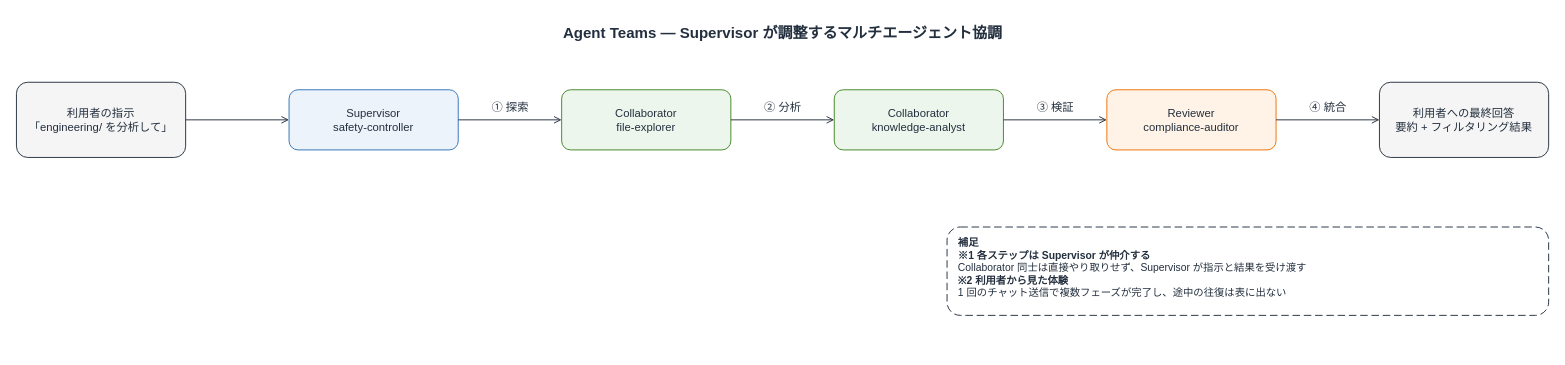
Yoshiki0705/FSx-for-ONTAP-S3AccessPoints-Serverless-Patterns keeps this draw.io diagram as docs/diagrams/part3-agent-teams.drawio. Above is the earlier version. Source tidied: cells renumbered, new cells numbered last; positions are measured from the earlier drawing's top-left corner, leaving out a move shared by most shapes. Both pictures are drawn from the tidied source at 94%, with x=0, y=0 at pixel (16, 16).
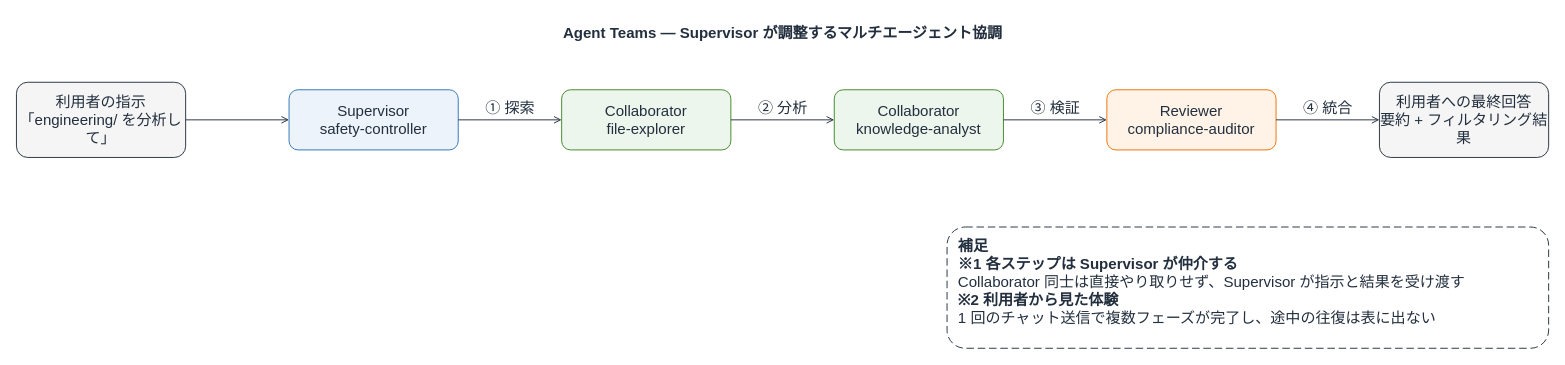
After the change.

What changed in the source:
```diff
@@
 <mxGraphModel background="#FFFFFF">
   <root>
     <mxCell id="0" />
     <mxCell id="1" parent="0" />
     <mxCell id="2" value="Agent Teams — Supervisor が調整するマルチエージェント協調" style="text;html=1;align=center;verticalAlign=middle;fontSize=16;fontStyle=1;fontColor=#232F3E;" parent="1" vertex="1">
       <mxGeometry width="1630" height="34" as="geometry" />
     </mxCell>
-    <mxCell id="3" value="利用者の指示&lt;br&gt;「engineering/ を分析して」" style="rounded=1;whiteSpace=wrap;html=1;dashed=0;strokeColor=#232F3E;fillColor=#F5F5F5;align=center;verticalAlign=middle;fontSize=12;fontColor=#232F3E;" parent="1" vertex="1">
+    <mxCell id="3" value="利用者の指示&lt;br&gt;「engineering/ を分析して」" style="rounded=1;whiteSpace=wrap;html=1;dashed=0;strokeColor=#232F3E;fillColor=#F5F5F5;align=center;verticalAlign=middle;fontSize=16;fontColor=#232F3E;" parent="1" vertex="1">
       <mxGeometry y="70" width="180" height="80" as="geometry" />
     </mxCell>
-    <mxCell id="4" value="Supervisor&lt;br&gt;safety-controller" style="rounded=1;whiteSpace=wrap;html=1;dashed=0;strokeColor=#2E73B8;fillColor=#EDF3FB;align=center;verticalAlign=middle;fontSize=12;fontColor=#232F3E;" parent="1" vertex="1">
+    <mxCell id="4" value="Supervisor&lt;br&gt;safety-controller" style="rounded=1;whiteSpace=wrap;html=1;dashed=0;strokeColor=#2E73B8;fillColor=#EDF3FB;align=center;verticalAlign=middle;fontSize=16;fontColor=#232F3E;" parent="1" vertex="1">
       <mxGeometry x="290" y="78" width="180" height="64" as="geometry" />
     </mxCell>
-    <mxCell id="5" value="Collaborator&lt;br&gt;file-explorer" style="rounded=1;whiteSpace=wrap;html=1;dashed=0;strokeColor=#3F8624;fillColor=#EDF6EC;align=center;verticalAlign=middle;fontSize=12;fontColor=#232F3E;" parent="1" vertex="1">
+    <mxCell id="5" value="Collaborator&lt;br&gt;file-explorer" style="rounded=1;whiteSpace=wrap;html=1;dashed=0;strokeColor=#3F8624;fillColor=#EDF6EC;align=center;verticalAlign=middle;fontSize=16;fontColor=#232F3E;" parent="1" vertex="1">
       <mxGeometry x="580" y="78" width="180" height="64" as="geometry" />
     </mxCell>
-    <mxCell id="6" value="Collaborator&lt;br&gt;knowledge-analyst" style="rounded=1;whiteSpace=wrap;html=1;dashed=0;strokeColor=#3F8624;fillColor=#EDF6EC;align=center;verticalAlign=middle;fontSize=12;fontColor=#232F3E;" parent="1" vertex="1">
+    <mxCell id="6" value="Collaborator&lt;br&gt;knowledge-analyst" style="rounded=1;whiteSpace=wrap;html=1;dashed=0;strokeColor=#3F8624;fillColor=#EDF6EC;align=center;verticalAlign=middle;fontSize=16;fontColor=#232F3E;" parent="1" vertex="1">
       <mxGeometry x="870" y="78" width="180" height="64" as="geometry" />
     </mxCell>
-    <mxCell id="7" value="Reviewer&lt;br&gt;compliance-auditor" style="rounded=1;whiteSpace=wrap;html=1;dashed=0;strokeColor=#ED7100;fillColor=#FEF3E6;align=center;verticalAlign=middle;fontSize=12;fontColor=#232F3E;" parent="1" vertex="1">
+    <mxCell id="7" value="Reviewer&lt;br&gt;compliance-auditor" style="rounded=1;whiteSpace=wrap;html=1;dashed=0;strokeColor=#ED7100;fillColor=#FEF3E6;align=center;verticalAlign=middle;fontSize=16;fontColor=#232F3E;" parent="1" vertex="1">
       <mxGeometry x="1160" y="78" width="180" height="64" as="geometry" />
     </mxCell>
-    <mxCell id="8" value="利用者への最終回答&lt;br&gt;要約 + フィルタリング結果" style="rounded=1;whiteSpace=wrap;html=1;dashed=0;strokeColor=#232F3E;fillColor=#F5F5F5;align=center;verticalAlign=middle;fontSize=12;fontColor=#232F3E;" parent="1" vertex="1">
+    <mxCell id="8" value="利用者への最終回答&lt;br&gt;要約 + フィルタリング結果" style="rounded=1;whiteSpace=wrap;html=1;dashed=0;strokeColor=#232F3E;fillColor=#F5F5F5;align=center;verticalAlign=middle;fontSize=16;fontColor=#232F3E;" parent="1" vertex="1">
       <mxGeometry x="1450" y="70" width="180" height="80" as="geometry" />
     </mxCell>
-    <mxCell id="9" style="edgeStyle=orthogonalEdgeStyle;rounded=0;jettySize=auto;html=1;endArrow=open;endFill=0;strokeColor=#232F3E;strokeWidth=1;fontSize=12;fontColor=#232F3E;labelBackgroundColor=#ffffff;" parent="1" edge="1" source="3" target="4">
+    <mxCell id="9" style="edgeStyle=orthogonalEdgeStyle;rounded=0;jettySize=auto;html=1;endArrow=open;endFill=0;strokeColor=#232F3E;strokeWidth=1;fontSize=16;fontColor=#232F3E;labelBackgroundColor=#ffffff;" parent="1" edge="1" source="3" target="4">
       <mxGeometry relative="1" as="geometry" />
     </mxCell>
-    <mxCell id="10" value="① 探索" style="edgeStyle=orthogonalEdgeStyle;rounded=0;jettySize=auto;html=1;endArrow=open;endFill=0;strokeColor=#232F3E;strokeWidth=1;fontSize=12;fontColor=#232F3E;labelBackgroundColor=#ffffff;" parent="1" edge="1" source="4" target="5">
+    <mxCell id="10" value="① 探索" style="edgeStyle=orthogonalEdgeStyle;rounded=0;jettySize=auto;html=1;endArrow=open;endFill=0;strokeColor=#232F3E;strokeWidth=1;fontSize=16;fontColor=#232F3E;labelBackgroundColor=#ffffff;" parent="1" edge="1" source="4" target="5">
       <mxGeometry relative="1" as="geometry">
         <mxPoint y="-13" as="offset" />
       </mxGeometry>
     </mxCell>
-    <mxCell id="11" value="② 分析" style="edgeStyle=orthogonalEdgeStyle;rounded=0;jettySize=auto;html=1;endArrow=open;endFill=0;strokeColor=#232F3E;strokeWidth=1;fontSize=12;fontColor=#232F3E;labelBackgroundColor=#ffffff;" parent="1" edge="1" source="5" target="6">
+    <mxCell id="11" value="② 分析" style="edgeStyle=orthogonalEdgeStyle;rounded=0;jettySize=auto;html=1;endArrow=open;endFill=0;strokeColor=#232F3E;strokeWidth=1;fontSize=16;fontColor=#232F3E;labelBackgroundColor=#ffffff;" parent="1" edge="1" source="5" target="6">
       <mxGeometry relative="1" as="geometry">
         <mxPoint y="-13" as="offset" />
       </mxGeometry>
     </mxCell>
-    <mxCell id="12" value="③ 検証" style="edgeStyle=orthogonalEdgeStyle;rounded=0;jettySize=auto;html=1;endArrow=open;endFill=0;strokeColor=#232F3E;strokeWidth=1;fontSize=12;fontColor=#232F3E;labelBackgroundColor=#ffffff;" parent="1" edge="1" source="6" target="7">
+    <mxCell id="12" value="③ 検証" style="edgeStyle=orthogonalEdgeStyle;rounded=0;jettySize=auto;html=1;endArrow=open;endFill=0;strokeColor=#232F3E;strokeWidth=1;fontSize=16;fontColor=#232F3E;labelBackgroundColor=#ffffff;" parent="1" edge="1" source="6" target="7">
       <mxGeometry relative="1" as="geometry">
         <mxPoint y="-13" as="offset" />
       </mxGeometry>
     </mxCell>
-    <mxCell id="13" value="④ 統合" style="edgeStyle=orthogonalEdgeStyle;rounded=0;jettySize=auto;html=1;endArrow=open;endFill=0;strokeColor=#232F3E;strokeWidth=1;fontSize=12;fontColor=#232F3E;labelBackgroundColor=#ffffff;" parent="1" edge="1" source="7" target="8">
+    <mxCell id="13" value="④ 統合" style="edgeStyle=orthogonalEdgeStyle;rounded=0;jettySize=auto;html=1;endArrow=open;endFill=0;strokeColor=#232F3E;strokeWidth=1;fontSize=16;fontColor=#232F3E;labelBackgroundColor=#ffffff;" parent="1" edge="1" source="7" target="8">
       <mxGeometry relative="1" as="geometry">
         <mxPoint y="-13" as="offset" />
       </mxGeometry>
     </mxCell>
-    <mxCell id="14" value="&lt;b&gt;補足&lt;/b&gt;&lt;br&gt;&lt;b&gt;※1 各ステップは Supervisor が仲介する&lt;/b&gt;&lt;br&gt;Collaborator 同士は直接やり取りせず、Supervisor が指示と結果を受け渡す&lt;br&gt;&lt;b&gt;※2 利用者から見た体験&lt;/b&gt;&lt;br&gt;1 回のチャット送信で複数フェーズが完了し、途中の往復は表に出ない" style="rounded=1;whiteSpace=wrap;html=1;dashed=1;dashPattern=8 4;strokeColor=#232F3E;fillColor=#FFFFFF;align=left;verticalAlign=top;spacingLeft=10;spacingTop=4;fontSize=11;fontColor=#232F3E;" parent="1" vertex="1">
-      <mxGeometry x="990" y="224" width="640" height="94" as="geometry" />
+    <mxCell id="14" value="&lt;b&gt;補足&lt;/b&gt;&lt;br&gt;&lt;b&gt;※1 各ステップは Supervisor が仲介する&lt;/b&gt;&lt;br&gt;Collaborator 同士は直接やり取りせず、Supervisor が指示と結果を受け渡す&lt;br&gt;&lt;b&gt;※2 利用者から見た体験&lt;/b&gt;&lt;br&gt;1 回のチャット送信で複数フェーズが完了し、途中の往復は表に出ない" style="rounded=1;whiteSpace=wrap;html=1;dashed=1;dashPattern=8 4;strokeColor=#232F3E;fillColor=#FFFFFF;align=left;verticalAlign=top;spacingLeft=10;spacingTop=4;fontSize=16;fontColor=#232F3E;" parent="1" vertex="1">
+      <mxGeometry x="990" y="224" width="640" height="129" as="geometry" />
     </mxCell>
   </root>
 </mxGraphModel>
```
